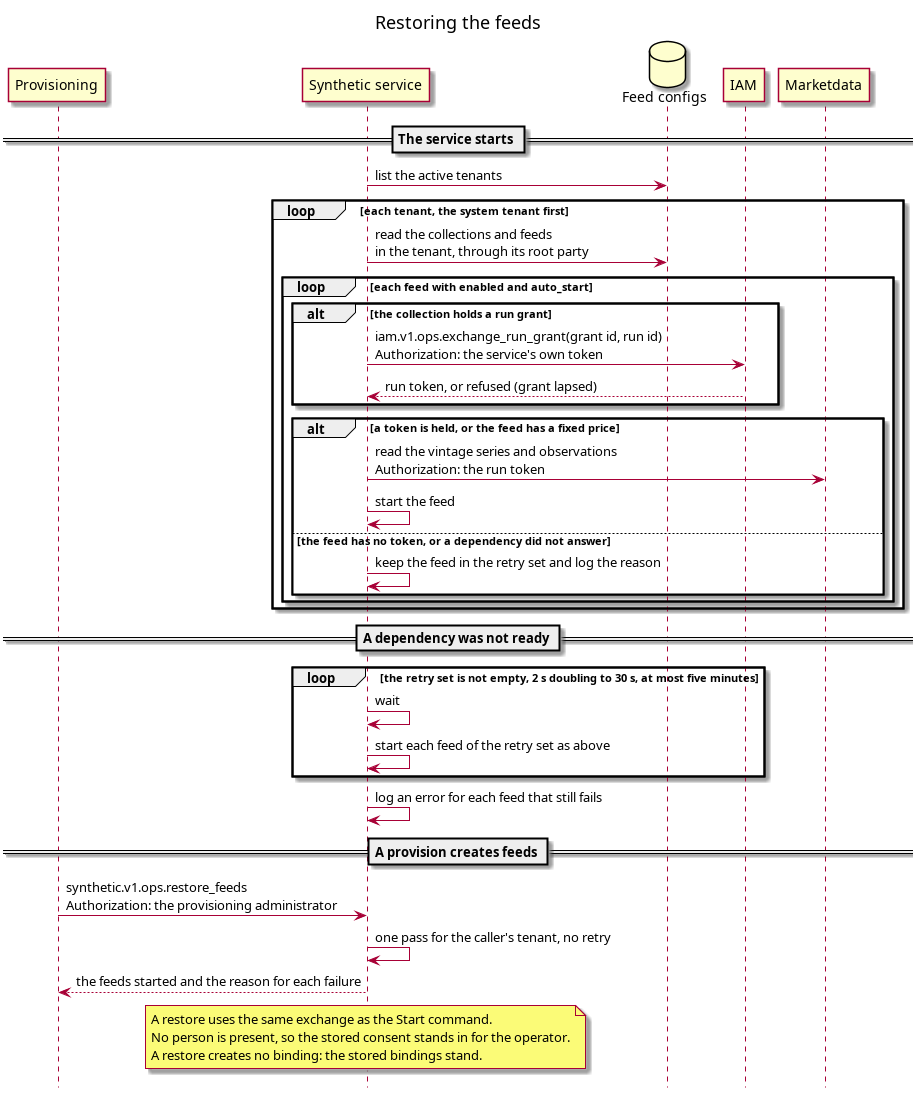
OreStudio/OreStudio keeps this PlantUML diagram as doc/knowledge/architecture/feed_restore_sequence.png. Above is the earlier version. Its source is kept beside it as doc/knowledge/architecture/feed_restore_sequence.puml.
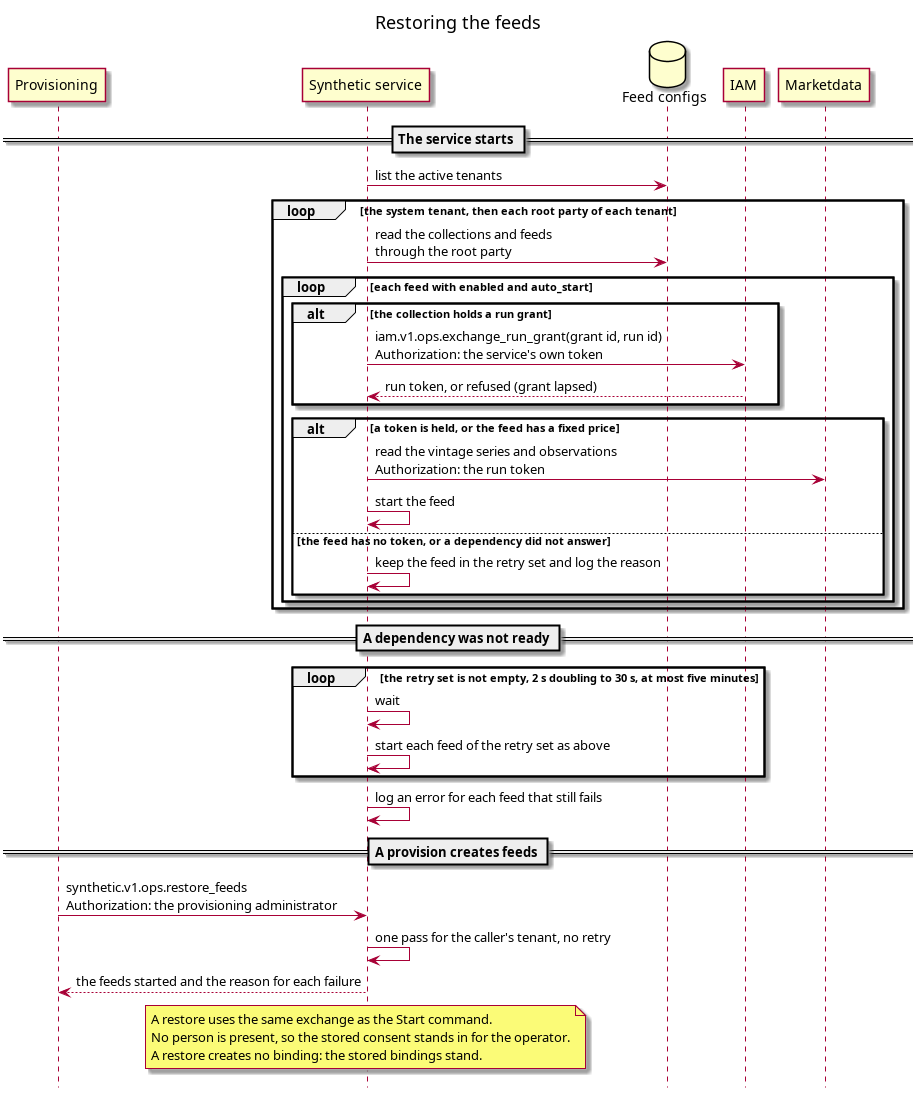
Later version of the same file.

The edit, as a diff of the source:
```diff
@@ -14,8 +14,8 @@
 == The service starts ==
 
 syn -> db : list the active tenants
-loop each tenant, the system tenant first
-    syn -> db : read the collections and feeds\nin the tenant, through its root party
+loop the system tenant, then each root party of each tenant
+    syn -> db : read the collections and feeds\nthrough the root party
     loop each feed with enabled and auto_start
         alt the collection holds a run grant
             syn -> iam : iam.v1.ops.exchange_run_grant(grant id, run id)\nAuthorization: the service's own token
```
